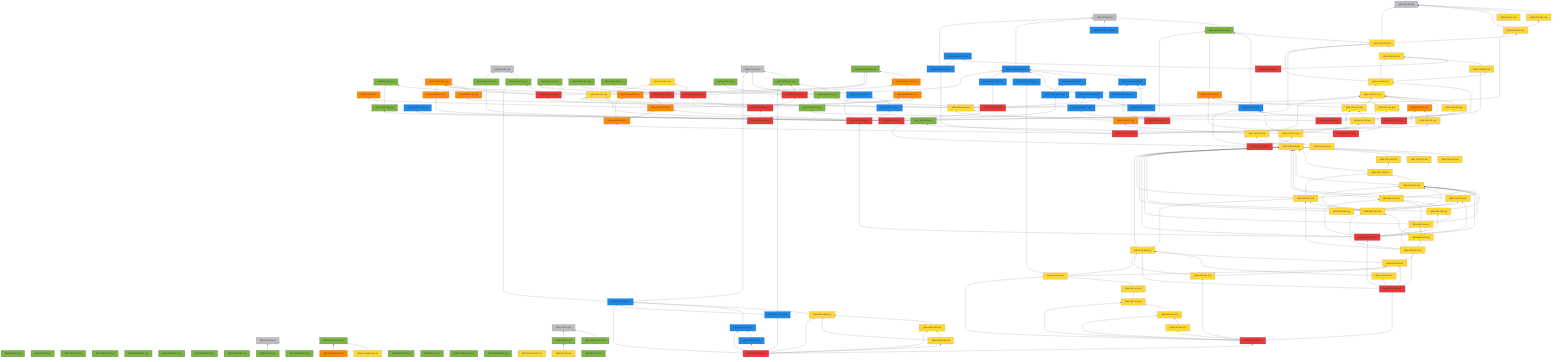
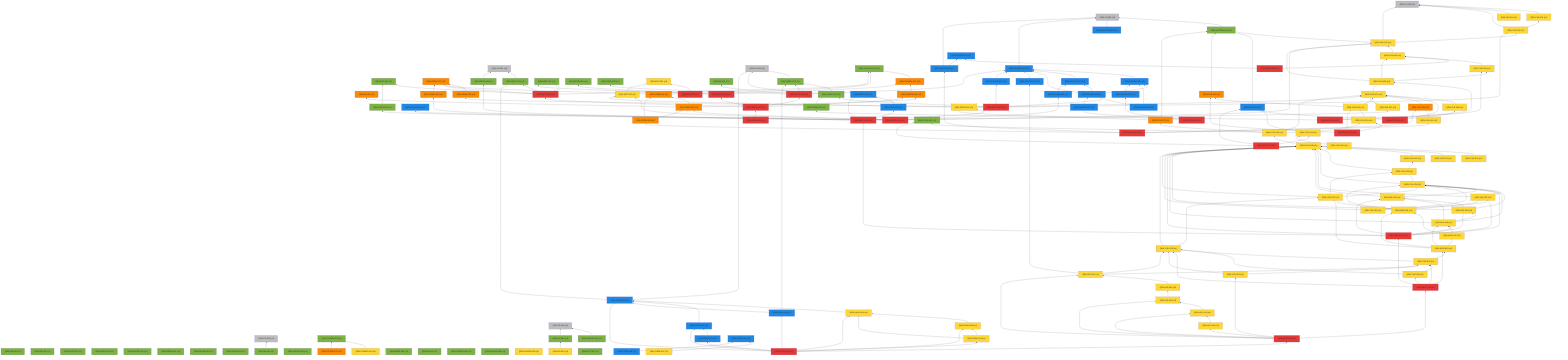
%% 自動生成 (dag/report.pl) — QRN 主張依存グラフ
graph BT
  QRN_C0_001["QRN-C0-001 (c0)"]:::c0
  QRN_C0_002["QRN-C0-002 (c0)"]:::c0
  QRN_C0_003["QRN-C0-003 (c0)"]:::c0
  QRN_C0_004["QRN-C0-004 (c0)"]:::c0
  QRN_C0_005["QRN-C0-005 (c0)"]:::c0
  QRN_C0_006["QRN-C0-006 (c0)"]:::c0
  QRN_QM_001["QRN-QM-001 (c1)"]:::c1
  QRN_GR_001["QRN-GR-001 (c1)"]:::c1
  QRN_STAT_001["QRN-STAT-001 (c1)"]:::c1
  QRN_FIELD_001["QRN-FIELD-001 (c1)"]:::c1
  QRN_GAUGE_001["QRN-GAUGE-001 (c1)"]:::c1
  QRN_ENT_001["QRN-ENT-001 (c1)"]:::c1
  QRN_GEOM_001["QRN-GEOM-001 (c1)"]:::c1
  QRN_GEOM_002["QRN-GEOM-002 (c1)"]:::c1
  QRN_GEOM_003["QRN-GEOM-003 (c3)"]:::c3
  QRN_GRAV_001["QRN-GRAV-001 (c1)"]:::c1
  QRN_GRAV_002["QRN-GRAV-002 (c1)"]:::c1
  QRN_BH_001["QRN-BH-001 (c1)"]:::c1
  QRN_CAUSAL_001["QRN-CAUSAL-001 (c1)"]:::c1
  QRN_CAUSAL_002["QRN-CAUSAL-002 (c3)"]:::c3
  QRN_ER_001["QRN-ER-001 (c3)"]:::c3
  QRN_QEC_001["QRN-QEC-001 (c1)"]:::c1
  QRN_GAUGE_002["QRN-GAUGE-002 (c1)"]:::c1
  QRN_COSMO_001["QRN-COSMO-001 (c1)"]:::c1
  QRN_COSMO_002["QRN-COSMO-002 (c4)"]:::c4
  QRN_COSMO_003["QRN-COSMO-003 (c3)"]:::c3
  QRN_BORN_001["QRN-BORN-001 (c1)"]:::c1
  QRN_BORN_002["QRN-BORN-002 (c1)"]:::c1
  QRN_GRAV_003["QRN-GRAV-003 (c1)"]:::c1
  QRN_KK_001["QRN-KK-001 (c1)"]:::c1
  QRN_MATTER_001["QRN-MATTER-001 (c1)"]:::c1
  QRN_MATTER_002["QRN-MATTER-002 (c2)"]:::c2
  QRN_COSMO_004["QRN-COSMO-004 (c1)"]:::c1
  QRN_EXP_001["QRN-EXP-001 (c4)"]:::c4
  QRN_GAUGE_003["QRN-GAUGE-003 (c2)"]:::c2
  QRN_GAUGE_004["QRN-GAUGE-004 (c1)"]:::c1
  QRN_GAUGE_005["QRN-GAUGE-005 (c4)"]:::c4
  QRN_YUK_001["QRN-YUK-001 (c4)"]:::c4
  QRN_RG_001["QRN-RG-001 (c1)"]:::c1
  QRN_UNRUH_001["QRN-UNRUH-001 (c1)"]:::c1
  QRN_QNEC_001["QRN-QNEC-001 (c1)"]:::c1
  QRN_NU_001["QRN-NU-001 (c4)"]:::c4
  QRN_GAUGE_006["QRN-GAUGE-006 (c2)"]:::c2
  QRN_DS_001["QRN-DS-001 (c1)"]:::c1
  QRN_DS_002["QRN-DS-002 (c4)"]:::c4
  QRN_ARROW_001["QRN-ARROW-001 (c3)"]:::c3
  QRN_GAUGE_007["QRN-GAUGE-007 (c2)"]:::c2
  QRN_EFT_001["QRN-EFT-001 (c1)"]:::c1
  QRN_GAUGE_008["QRN-GAUGE-008 (c2)"]:::c2
  QRN_GAUGE_009["QRN-GAUGE-009 (c2)"]:::c2
  QRN_GAUGE_010["QRN-GAUGE-010 (c2)"]:::c2
  QRN_QNEC_002["QRN-QNEC-002 (c1)"]:::c1
  QRN_GEOM_004["QRN-GEOM-004 (c3)"]:::c3
  QRN_YUK_002["QRN-YUK-002 (c4)"]:::c4
  QRN_EXP_002["QRN-EXP-002 (c5)"]:::c5
  QRN_CORE_001["QRN-CORE-001 (c3)"]:::c3
  QRN_GAUGE_011["QRN-GAUGE-011 (c2)"]:::c2
  QRN_GAUGE_012["QRN-GAUGE-012 (c2)"]:::c2
  QRN_YUK_003["QRN-YUK-003 (c4)"]:::c4
  QRN_EXP_003["QRN-EXP-003 (c4)"]:::c4
  QRN_CORE_002["QRN-CORE-002 (c3)"]:::c3
  QRN_GAUGE_013["QRN-GAUGE-013 (c2)"]:::c2
  QRN_YUK_004["QRN-YUK-004 (c4)"]:::c4
  QRN_GAUGE_014["QRN-GAUGE-014 (c2)"]:::c2
  QRN_META_001["QRN-META-001 (c5)"]:::c5
  QRN_META_002["QRN-META-002 (c5)"]:::c5
  QRN_META_003["QRN-META-003 (c5)"]:::c5
  QRN_META_004["QRN-META-004 (c5)"]:::c5
  QRN_META_005["QRN-META-005 (c5)"]:::c5
  QRN_META_006["QRN-META-006 (c5)"]:::c5
  QRN_META_007["QRN-META-007 (c5)"]:::c5
  QRN_META_008["QRN-META-008 (c5)"]:::c5
  QRN_YUK_005["QRN-YUK-005 (c4)"]:::c4
  QRN_YUK_006["QRN-YUK-006 (c4)"]:::c4
  QRN_CORE_003["QRN-CORE-003 (c1)"]:::c1
  QRN_META_009["QRN-META-009 (c5)"]:::c5
  QRN_YUK_007["QRN-YUK-007 (c4)"]:::c4
  QRN_YUK_008["QRN-YUK-008 (c4)"]:::c4
  QRN_YUK_009["QRN-YUK-009 (c2)"]:::c2
  QRN_META_010["QRN-META-010 (c5)"]:::c5
  QRN_GAUGE_015["QRN-GAUGE-015 (c2)"]:::c2
  QRN_YUK_010["QRN-YUK-010 (c3)"]:::c3
  QRN_YUK_011["QRN-YUK-011 (c4)"]:::c4
  QRN_CORE_004["QRN-CORE-004 (c3)"]:::c3
  QRN_META_011["QRN-META-011 (c5)"]:::c5
  QRN_YUK_012["QRN-YUK-012 (c3)"]:::c3
  QRN_YUK_013["QRN-YUK-013 (c4)"]:::c4
  QRN_YUK_014["QRN-YUK-014 (c4)"]:::c4
  QRN_META_012["QRN-META-012 (c5)"]:::c5
  QRN_TOOL_001["QRN-TOOL-001 (c1)"]:::c1
  QRN_YUK_015["QRN-YUK-015 (c4)"]:::c4
  QRN_META_013["QRN-META-013 (c5)"]:::c5
  QRN_GAUGE_016["QRN-GAUGE-016 (c2)"]:::c2
  QRN_GAUGE_017["QRN-GAUGE-017 (c2)"]:::c2
  QRN_META_014["QRN-META-014 (c5)"]:::c5
  QRN_META_015["QRN-META-015 (c2)"]:::c2
  QRN_TOOL_002["QRN-TOOL-002 (c2)"]:::c2
  QRN_CORE_005["QRN-CORE-005 (c3)"]:::c3
  QRN_CONT_001["QRN-CONT-001 (c1)"]:::c1
  QRN_SEL_001["QRN-SEL-001 (c4)"]:::c4
  QRN_GRAV_004["QRN-GRAV-004 (c1)"]:::c1
  QRN_PRED_001["QRN-PRED-001 (c4)"]:::c4
  QRN_META_016["QRN-META-016 (c5)"]:::c5
  QRN_YUK_016["QRN-YUK-016 (c4)"]:::c4
  QRN_YUK_017["QRN-YUK-017 (c3)"]:::c3
  QRN_YUK_018["QRN-YUK-018 (c4)"]:::c4
  QRN_YUK_019["QRN-YUK-019 (c4)"]:::c4
  QRN_YUK_020["QRN-YUK-020 (c4)"]:::c4
  QRN_YUK_021["QRN-YUK-021 (c4)"]:::c4
  QRN_YUK_022["QRN-YUK-022 (c4)"]:::c4
  QRN_YUK_023["QRN-YUK-023 (c4)"]:::c4
  QRN_YUK_024["QRN-YUK-024 (c4)"]:::c4
  QRN_YUK_025["QRN-YUK-025 (c4)"]:::c4
  QRN_SEL_002["QRN-SEL-002 (c4)"]:::c4
  QRN_SEL_003["QRN-SEL-003 (c4)"]:::c4
  QRN_SEL_004["QRN-SEL-004 (c4)"]:::c4
  QRN_META_017["QRN-META-017 (c5)"]:::c5
  QRN_YUK_026["QRN-YUK-026 (c4)"]:::c4
  QRN_YUK_027["QRN-YUK-027 (c4)"]:::c4
  QRN_MSR_001["QRN-MSR-001 (c4)"]:::c4
  QRN_MSR_002["QRN-MSR-002 (c4)"]:::c4
  QRN_MSR_003["QRN-MSR-003 (c4)"]:::c4
  QRN_YUK_028["QRN-YUK-028 (c4)"]:::c4
  QRN_YUK_029["QRN-YUK-029 (c4)"]:::c4
  QRN_YUK_030["QRN-YUK-030 (c4)"]:::c4
  QRN_META_018["QRN-META-018 (c5)"]:::c5
  QRN_YUK_031["QRN-YUK-031 (c4)"]:::c4
  QRN_LEP_001["QRN-LEP-001 (c4)"]:::c4
  QRN_LEP_002["QRN-LEP-002 (c4)"]:::c4
  QRN_LEP_003["QRN-LEP-003 (c4)"]:::c4
  QRN_LEP_004["QRN-LEP-004 (c4)"]:::c4
  QRN_LEP_005["QRN-LEP-005 (c4)"]:::c4
  QRN_META_019["QRN-META-019 (c5)"]:::c5
  QRN_GRAV_005["QRN-GRAV-005 (c2)"]:::c2
  QRN_GRAV_006["QRN-GRAV-006 (c4)"]:::c4
  QRN_GRAV_007["QRN-GRAV-007 (c2)"]:::c2
  QRN_GRAV_008["QRN-GRAV-008 (c4)"]:::c4
  QRN_GRAV_009["QRN-GRAV-009 (c2)"]:::c2
  QRN_GRAV_010["QRN-GRAV-010 (c4)"]:::c4
  QRN_GRAV_011["QRN-GRAV-011 (c2)"]:::c2
  QRN_META_020["QRN-META-020 (c5)"]:::c5
+   QRN_CORE_006["QRN-CORE-006 (c2)"]:::c2
+   QRN_CORE_007["QRN-CORE-007 (c4)"]:::c4
+   QRN_CORE_008["QRN-CORE-008 (c2)"]:::c2
  QRN_GRAV_001 --> QRN_C0_001
  QRN_BH_001 --> QRN_C0_003
  QRN_CAUSAL_002 --> QRN_CAUSAL_001
  QRN_COSMO_002 --> QRN_COSMO_001
  QRN_COSMO_003 --> QRN_COSMO_001
  QRN_MATTER_001 --> QRN_C0_005
  QRN_MATTER_002 --> QRN_C0_005
  QRN_GAUGE_003 --> QRN_C0_005
  QRN_YUK_001 --> QRN_C0_006
  QRN_UNRUH_001 --> QRN_C0_004
  QRN_QNEC_001 --> QRN_C0_002
  QRN_NU_001 --> QRN_C0_006
  QRN_GAUGE_006 --> QRN_GAUGE_003
  QRN_DS_001 --> QRN_C0_004
  QRN_DS_002 --> QRN_DS_001
  QRN_ARROW_001 --> QRN_CAUSAL_002
  QRN_GAUGE_007 --> QRN_GAUGE_003
  QRN_GAUGE_008 --> QRN_GAUGE_003
  QRN_GAUGE_008 --> QRN_GAUGE_006
  QRN_GAUGE_008 --> QRN_GAUGE_007
  QRN_GAUGE_009 --> QRN_GAUGE_003
  QRN_GAUGE_010 --> QRN_GAUGE_006
  QRN_GAUGE_010 --> QRN_GAUGE_008
  QRN_QNEC_002 --> QRN_C0_002
  QRN_QNEC_002 --> QRN_QNEC_001
  QRN_GEOM_004 --> QRN_GEOM_003
  QRN_YUK_002 --> QRN_C0_006
  QRN_YUK_002 --> QRN_YUK_001
  QRN_EXP_002 --> QRN_EXP_001
  QRN_CORE_001 --> QRN_GEOM_003
  QRN_CORE_001 --> QRN_CAUSAL_001
  QRN_GAUGE_011 --> QRN_GAUGE_003
  QRN_YUK_003 --> QRN_C0_006
  QRN_YUK_003 --> QRN_MATTER_001
  QRN_YUK_003 --> QRN_YUK_002
  QRN_EXP_003 --> QRN_EXP_001
  QRN_CORE_002 --> QRN_CORE_001
  QRN_CORE_002 --> QRN_ER_001
  QRN_CORE_002 --> QRN_ARROW_001
  QRN_GAUGE_013 --> QRN_GAUGE_007
  QRN_YUK_004 --> QRN_YUK_003
  QRN_META_001 --> QRN_GEOM_003
  QRN_META_001 --> QRN_GRAV_001
  QRN_META_001 --> QRN_CAUSAL_001
  QRN_META_001 --> QRN_QEC_001
  QRN_META_001 --> QRN_ENT_001
  QRN_META_002 --> QRN_QEC_001
  QRN_META_002 --> QRN_BORN_001
  QRN_META_002 --> QRN_CAUSAL_002
  QRN_META_003 --> QRN_GAUGE_003
  QRN_META_003 --> QRN_RG_001
  QRN_META_003 --> QRN_QNEC_001
  QRN_META_003 --> QRN_GRAV_003
  QRN_META_004 --> QRN_META_001
  QRN_META_004 --> QRN_META_002
  QRN_META_004 --> QRN_META_003
  QRN_META_004 --> QRN_ARROW_001
  QRN_META_005 --> QRN_META_004
  QRN_META_006 --> QRN_GAUGE_008
  QRN_META_006 --> QRN_QNEC_002
  QRN_META_006 --> QRN_GEOM_004
  QRN_META_006 --> QRN_YUK_002
  QRN_META_006 --> QRN_GAUGE_011
  QRN_META_007 --> QRN_GAUGE_012
  QRN_META_007 --> QRN_YUK_003
  QRN_META_007 --> QRN_EXP_003
  QRN_META_007 --> QRN_CORE_002
  QRN_META_007 --> QRN_GAUGE_013
  QRN_META_008 --> QRN_YUK_004
  QRN_META_008 --> QRN_GAUGE_014
  QRN_YUK_005 --> QRN_YUK_004
  QRN_YUK_006 --> QRN_YUK_003
  QRN_YUK_006 --> QRN_YUK_004
  QRN_YUK_006 --> QRN_YUK_005
  QRN_CORE_003 --> QRN_QNEC_002
  QRN_META_009 --> QRN_YUK_005
  QRN_META_009 --> QRN_YUK_006
  QRN_META_009 --> QRN_CORE_003
  QRN_YUK_007 --> QRN_YUK_006
  QRN_YUK_008 --> QRN_YUK_007
  QRN_YUK_009 --> QRN_MATTER_001
  QRN_META_010 --> QRN_YUK_007
  QRN_META_010 --> QRN_YUK_008
  QRN_META_010 --> QRN_YUK_009
  QRN_GAUGE_015 --> QRN_C0_005
  QRN_GAUGE_015 --> QRN_GAUGE_014
  QRN_YUK_010 --> QRN_YUK_007
  QRN_YUK_011 --> QRN_YUK_010
  QRN_CORE_004 --> QRN_CORE_001
  QRN_CORE_004 --> QRN_CORE_002
  QRN_META_011 --> QRN_GAUGE_015
  QRN_META_011 --> QRN_YUK_010
  QRN_META_011 --> QRN_YUK_011
  QRN_META_011 --> QRN_CORE_004
  QRN_YUK_012 --> QRN_MATTER_001
  QRN_YUK_013 --> QRN_YUK_012
  QRN_YUK_013 --> QRN_YUK_007
  QRN_YUK_014 --> QRN_YUK_013
  QRN_META_012 --> QRN_YUK_012
  QRN_META_012 --> QRN_YUK_013
  QRN_META_012 --> QRN_YUK_014
  QRN_YUK_015 --> QRN_YUK_014
  QRN_YUK_015 --> QRN_TOOL_001
  QRN_YUK_015 --> QRN_YUK_009
  QRN_META_013 --> QRN_YUK_015
  QRN_META_013 --> QRN_TOOL_001
  QRN_META_013 --> QRN_YUK_009
  QRN_GAUGE_016 --> QRN_GAUGE_006
  QRN_GAUGE_017 --> QRN_GAUGE_008
  QRN_META_014 --> QRN_GAUGE_016
  QRN_META_014 --> QRN_GAUGE_017
  QRN_TOOL_002 --> QRN_META_015
  QRN_CORE_005 --> QRN_GEOM_003
  QRN_CONT_001 --> QRN_ENT_001
  QRN_SEL_001 --> QRN_YUK_007
  QRN_GRAV_004 --> QRN_C0_001
  QRN_PRED_001 --> QRN_YUK_007
  QRN_PRED_001 --> QRN_EXP_003
  QRN_META_016 --> QRN_META_015
  QRN_META_016 --> QRN_TOOL_002
  QRN_META_016 --> QRN_CORE_005
  QRN_META_016 --> QRN_CONT_001
  QRN_META_016 --> QRN_SEL_001
  QRN_META_016 --> QRN_GRAV_004
  QRN_META_016 --> QRN_PRED_001
  QRN_YUK_016 --> QRN_YUK_015
  QRN_YUK_017 --> QRN_MATTER_001
  QRN_YUK_017 --> QRN_PRED_001
  QRN_YUK_018 --> QRN_YUK_017
  QRN_YUK_018 --> QRN_YUK_007
  QRN_YUK_019 --> QRN_YUK_018
  QRN_YUK_020 --> QRN_YUK_019
  QRN_YUK_021 --> QRN_YUK_019
  QRN_YUK_022 --> QRN_YUK_019
  QRN_YUK_023 --> QRN_YUK_019
  QRN_YUK_023 --> QRN_YUK_022
  QRN_YUK_024 --> QRN_YUK_019
  QRN_YUK_024 --> QRN_YUK_023
  QRN_YUK_025 --> QRN_YUK_019
  QRN_YUK_025 --> QRN_YUK_024
  QRN_SEL_002 --> QRN_YUK_019
  QRN_SEL_002 --> QRN_YUK_024
  QRN_SEL_003 --> QRN_YUK_019
  QRN_SEL_003 --> QRN_YUK_024
  QRN_SEL_003 --> QRN_SEL_002
  QRN_SEL_004 --> QRN_YUK_019
  QRN_SEL_004 --> QRN_YUK_024
  QRN_SEL_004 --> QRN_SEL_002
  QRN_SEL_004 --> QRN_SEL_003
  QRN_META_017 --> QRN_META_016
  QRN_META_017 --> QRN_YUK_019
  QRN_META_017 --> QRN_YUK_024
  QRN_META_017 --> QRN_YUK_025
  QRN_META_017 --> QRN_SEL_002
  QRN_META_017 --> QRN_SEL_003
  QRN_META_017 --> QRN_SEL_004
  QRN_YUK_026 --> QRN_YUK_019
  QRN_YUK_026 --> QRN_YUK_024
  QRN_YUK_026 --> QRN_YUK_025
  QRN_YUK_027 --> QRN_YUK_019
  QRN_YUK_027 --> QRN_YUK_023
  QRN_YUK_027 --> QRN_YUK_024
  QRN_MSR_001 --> QRN_YUK_024
  QRN_MSR_001 --> QRN_YUK_025
  QRN_MSR_001 --> QRN_YUK_027
  QRN_MSR_002 --> QRN_SEL_004
  QRN_MSR_002 --> QRN_MSR_001
  QRN_MSR_003 --> QRN_MSR_001
  QRN_MSR_003 --> QRN_MSR_002
  QRN_MSR_003 --> QRN_SEL_004
  QRN_MSR_003 --> QRN_YUK_027
  QRN_YUK_028 --> QRN_YUK_019
  QRN_YUK_028 --> QRN_YUK_027
  QRN_YUK_029 --> QRN_YUK_028
  QRN_YUK_029 --> QRN_MSR_003
  QRN_YUK_030 --> QRN_YUK_028
  QRN_YUK_030 --> QRN_YUK_029
  QRN_META_018 --> QRN_META_017
  QRN_META_018 --> QRN_MSR_003
  QRN_META_018 --> QRN_YUK_028
  QRN_META_018 --> QRN_YUK_029
  QRN_META_018 --> QRN_YUK_030
  QRN_YUK_031 --> QRN_YUK_028
  QRN_YUK_031 --> QRN_YUK_029
  QRN_LEP_001 --> QRN_YUK_028
  QRN_LEP_001 --> QRN_YUK_029
  QRN_LEP_001 --> QRN_GAUGE_009
  QRN_LEP_002 --> QRN_LEP_001
  QRN_LEP_003 --> QRN_LEP_002
  QRN_LEP_004 --> QRN_LEP_003
  QRN_LEP_005 --> QRN_LEP_004
  QRN_META_019 --> QRN_META_018
  QRN_META_019 --> QRN_YUK_031
  QRN_META_019 --> QRN_LEP_001
  QRN_META_019 --> QRN_LEP_003
  QRN_META_019 --> QRN_LEP_004
  QRN_META_019 --> QRN_LEP_005
  QRN_GRAV_005 --> QRN_C0_002
  QRN_GRAV_005 --> QRN_GRAV_001
  QRN_GRAV_006 --> QRN_GRAV_005
  QRN_GRAV_007 --> QRN_GRAV_005
  QRN_GRAV_008 --> QRN_GRAV_006
  QRN_GRAV_009 --> QRN_GRAV_005
  QRN_GRAV_009 --> QRN_QNEC_001
  QRN_GRAV_010 --> QRN_GRAV_006
  QRN_GRAV_010 --> QRN_GRAV_008
  QRN_GRAV_011 --> QRN_GRAV_007
  QRN_META_020 --> QRN_META_019
  QRN_META_020 --> QRN_GRAV_005
  QRN_META_020 --> QRN_GRAV_006
  QRN_META_020 --> QRN_GRAV_007
  QRN_META_020 --> QRN_GRAV_008
  QRN_META_020 --> QRN_GRAV_009
  QRN_META_020 --> QRN_GRAV_010
  QRN_META_020 --> QRN_GRAV_011
+   QRN_CORE_007 --> QRN_CORE_006
+   QRN_CORE_008 --> QRN_CORE_006
  classDef c0 fill:#bdbdbd
  classDef c1 fill:#7cb342
  classDef c2 fill:#1e88e5
  classDef c3 fill:#fb8c00
  classDef c4 fill:#fdd835
  classDef c5 fill:#e53935
